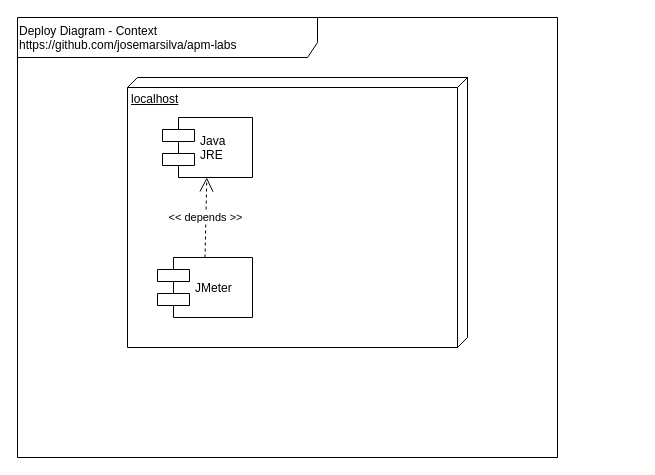
josemarsilva/apm-labs keeps this draw.io diagram as doc/DeployDiagram-Context.drawio. Above is the earlier version. Source tidied: cells renumbered, new cells numbered last; positions are measured from the earlier drawing's top-left corner, leaving out a move shared by most shapes. Both pictures are drawn from the tidied source at 100%, with x=0, y=0 at pixel (17, 17).
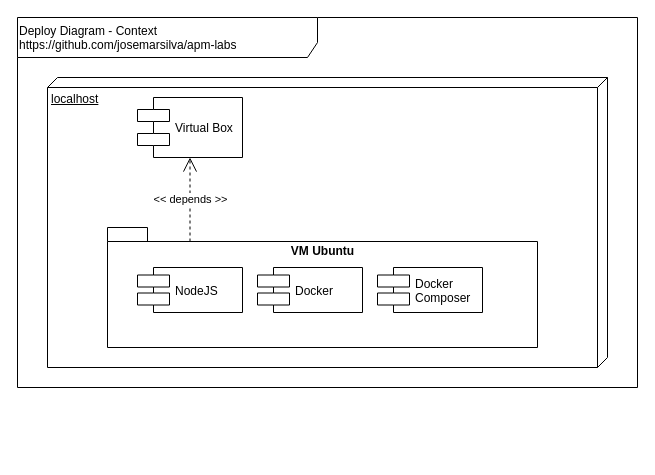
The same page after the edit.

Change to the diagram source:
```diff
@@
 <mxGraphModel>
   <root>
     <mxCell id="0" />
     <mxCell id="1" parent="0" />
     <mxCell id="2" value="Deploy Diagram - Context&lt;br&gt;https://github.com/josemarsilva/apm-labs" style="shape=umlFrame;whiteSpace=wrap;html=1;width=300;height=40;verticalAlign=top;align=left;" parent="1" vertex="1">
-      <mxGeometry width="540" height="440" as="geometry" />
+      <mxGeometry width="620" height="370" as="geometry" />
     </mxCell>
     <mxCell id="3" value="localhost" style="verticalAlign=top;align=left;spacingTop=8;spacingLeft=2;spacingRight=12;shape=cube;size=10;direction=south;fontStyle=4;html=1;" parent="1" vertex="1">
-      <mxGeometry x="110" y="60" width="340" height="270" as="geometry" />
+      <mxGeometry x="30" y="60" width="560" height="290" as="geometry" />
     </mxCell>
-    <mxCell id="4" value="Java&#10;JRE" style="shape=component;align=left;spacingLeft=36;" parent="1" vertex="1">
-      <mxGeometry x="145" y="100" width="90" height="60" as="geometry" />
+    <mxCell id="4" value="Virtual Box" style="shape=component;align=left;spacingLeft=36;" parent="1" vertex="1">
+      <mxGeometry x="120" y="80" width="105" height="60" as="geometry" />
     </mxCell>
-    <mxCell id="5" value="JMeter" style="shape=component;align=left;spacingLeft=36;" parent="1" vertex="1">
-      <mxGeometry x="140" y="240" width="95" height="60" as="geometry" />
-    </mxCell>
-    <mxCell id="6" value="&amp;lt;&amp;lt; depends &amp;gt;&amp;gt;" style="endArrow=open;endSize=12;dashed=1;html=1;exitX=0.5;exitY=0;exitDx=0;exitDy=0;" parent="1" edge="1" source="5" target="4">
+    <mxCell id="6" value="&amp;lt;&amp;lt; depends &amp;gt;&amp;gt;" style="endArrow=open;endSize=12;dashed=1;html=1;exitX=0;exitY=0;exitDx=82.5;exitDy=14;exitPerimeter=0;" parent="1" edge="1" source="7" target="4">
       <mxGeometry relative="1" as="geometry" />
     </mxCell>
+    <mxCell id="7" value="VM Ubuntu" style="shape=folder;fontStyle=1;spacingTop=10;tabWidth=40;tabHeight=14;tabPosition=left;html=1;verticalAlign=top;" parent="1" vertex="1">
+      <mxGeometry x="90" y="210" width="430" height="120" as="geometry" />
+    </mxCell>
+    <mxCell id="8" value="NodeJS" style="shape=component;align=left;spacingLeft=36;" parent="1" vertex="1">
+      <mxGeometry x="120" y="250" width="105" height="45" as="geometry" />
+    </mxCell>
+    <mxCell id="9" value="Docker" style="shape=component;align=left;spacingLeft=36;" parent="1" vertex="1">
+      <mxGeometry x="240" y="250" width="105" height="45" as="geometry" />
+    </mxCell>
+    <mxCell id="10" value="Docker &#10;Composer" style="shape=component;align=left;spacingLeft=36;" parent="1" vertex="1">
+      <mxGeometry x="360" y="250" width="105" height="45" as="geometry" />
+    </mxCell>
   </root>
 </mxGraphModel>
```
